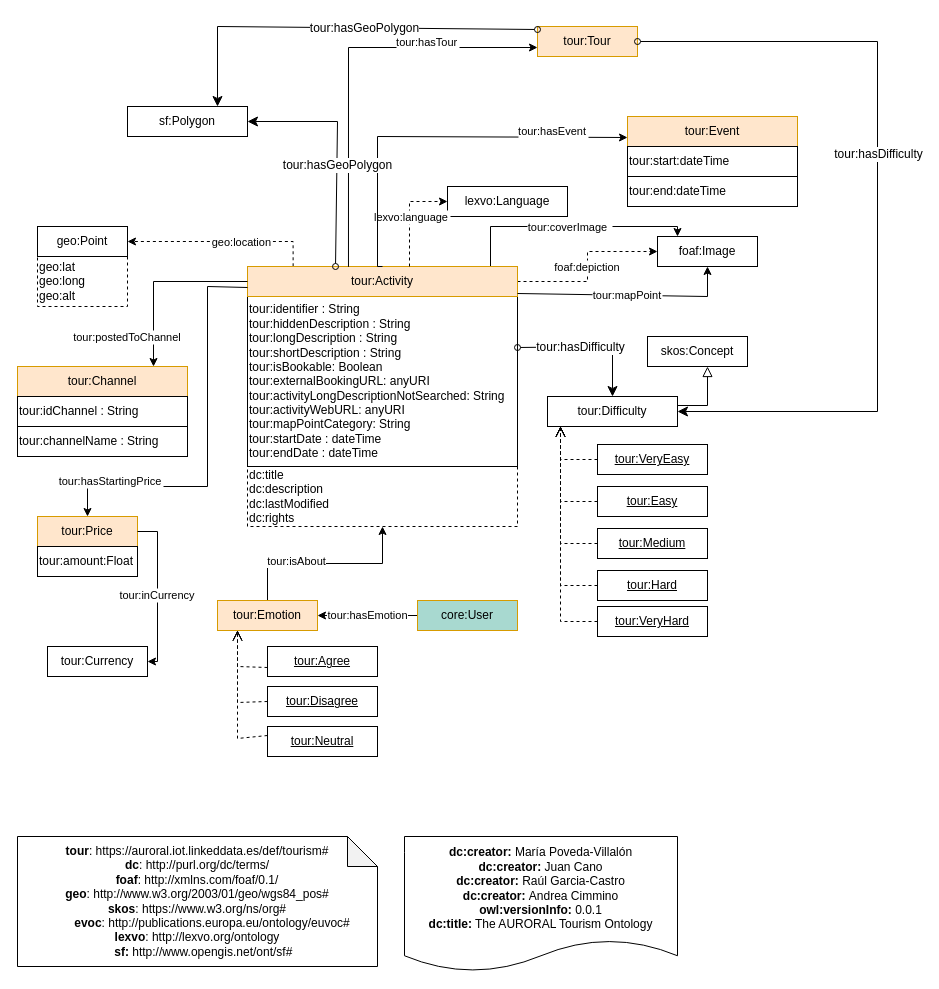
This is diagrams/tourism.drawio from oeg-upm/auroral-tourism-ontology, a draw.io file, before an edit. Source tidied: cells renumbered, new cells numbered last; positions are measured from the earlier drawing's top-left corner, leaving out a move shared by most shapes. Both pictures are drawn from the tidied source at 100%, with x=0, y=0 at pixel (17, 26).
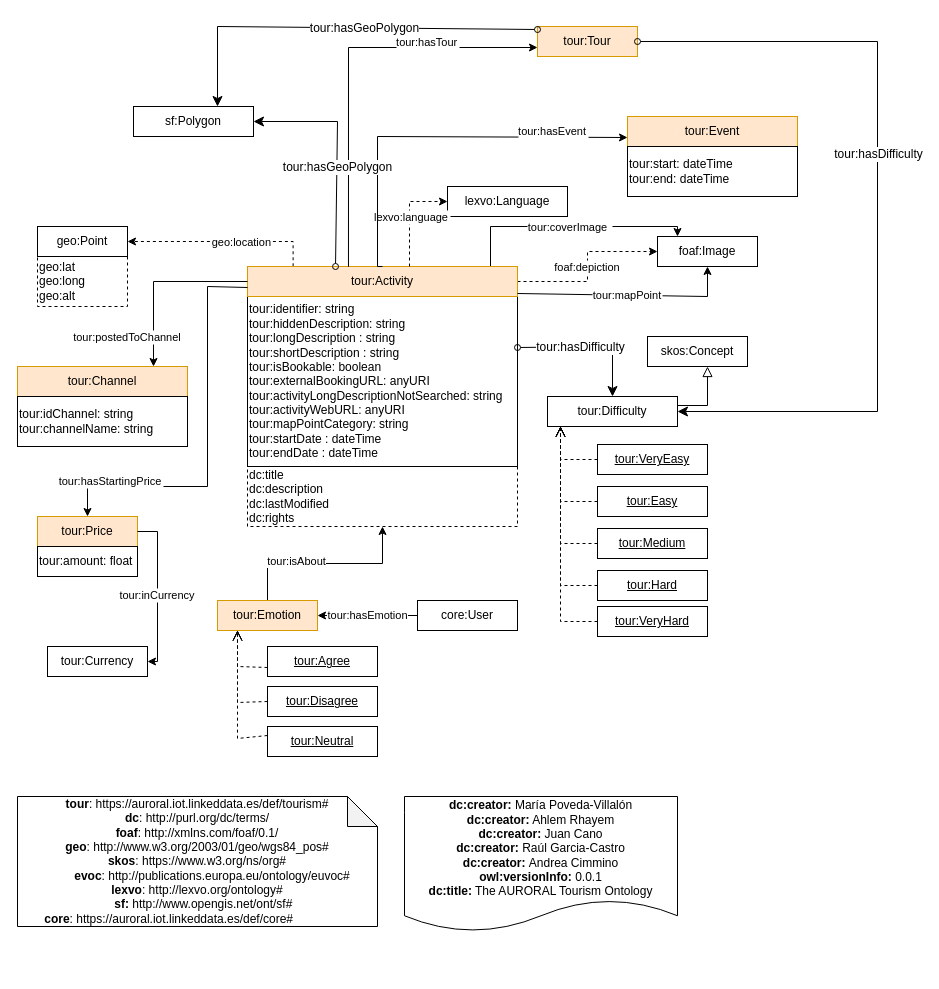
After the change.

The change refers to these unchanged cells:
```xml
<mxCell id="40" value="tour:Tour" style="rounded=0;whiteSpace=wrap;html=1;snapToPoint=1;points=[[0.1,0],[0.2,0],[0.3,0],[0.4,0],[0.5,0],[0.6,0],[0.7,0],[0.8,0],[0.9,0],[0,0.1],[0,0.3],[0,0.5],[0,0.7],[0,0.9],[0.1,1],[0.2,1],[0.3,1],[0.4,1],[0.5,1],[0.6,1],[0.7,1],[0.8,1],[0.9,1],[1,0.1],[1,0.3],[1,0.5],[1,0.7],[1,0.9]];fillColor=#ffe6cc;strokeColor=#d79b00;shadow=0;" parent="1" vertex="1">
  <mxGeometry x="520" width="100" height="30" as="geometry" />
</mxCell>
```

Change to the diagram source:
```diff
@@
-    <mxCell id="2" value="&lt;div&gt;&lt;b&gt;dc:creator:&lt;/b&gt;&amp;nbsp;María Poveda-Villalón&lt;/div&gt;&lt;div&gt;&lt;div&gt;&lt;b&gt;dc:creator:&lt;/b&gt;&amp;nbsp;Juan Cano&lt;/div&gt;&lt;/div&gt;&lt;div&gt;&lt;div&gt;&lt;b&gt;dc:creator:&lt;/b&gt;&amp;nbsp;Raúl Garcia-Castro&lt;/div&gt;&lt;/div&gt;&lt;div&gt;&lt;div&gt;&lt;b&gt;dc:creator:&lt;/b&gt;&amp;nbsp;Andrea Cimmino&lt;/div&gt;&lt;/div&gt;&lt;div&gt;&lt;b&gt;owl:versionInfo:&lt;/b&gt; 0.0.1&lt;/div&gt;&lt;div&gt;&lt;b&gt;dc:title:&lt;/b&gt; The AURORAL Tourism Ontology&lt;/div&gt;" style="shape=document;whiteSpace=wrap;html=1;boundedLbl=1;labelBackgroundColor=#ffffff;strokeColor=#000000;fontSize=12;fontColor=#000000;size=0.23333333333333334;" parent="1" vertex="1">
-      <mxGeometry x="387" y="810" width="273" height="135" as="geometry" />
+    <mxCell id="2" value="&lt;div&gt;&lt;b&gt;dc:creator:&lt;/b&gt;&amp;nbsp;María Poveda-Villalón&lt;/div&gt;&lt;div&gt;&lt;b&gt;dc:creator:&lt;/b&gt; Ahlem Rhayem&lt;/div&gt;&lt;div&gt;&lt;div&gt;&lt;b&gt;dc:creator:&lt;/b&gt;&amp;nbsp;Juan Cano&lt;/div&gt;&lt;/div&gt;&lt;div&gt;&lt;div&gt;&lt;b&gt;dc:creator:&lt;/b&gt;&amp;nbsp;Raúl Garcia-Castro&lt;/div&gt;&lt;/div&gt;&lt;div&gt;&lt;div&gt;&lt;b&gt;dc:creator:&lt;/b&gt;&amp;nbsp;Andrea Cimmino&lt;/div&gt;&lt;/div&gt;&lt;div&gt;&lt;b&gt;owl:versionInfo:&lt;/b&gt; 0.0.1&lt;/div&gt;&lt;div&gt;&lt;b&gt;dc:title:&lt;/b&gt; The AURORAL Tourism Ontology&lt;/div&gt;" style="shape=document;whiteSpace=wrap;html=1;boundedLbl=1;labelBackgroundColor=#ffffff;strokeColor=#000000;fontSize=12;fontColor=#000000;size=0.23333333333333334;" parent="1" vertex="1">
+      <mxGeometry x="387" y="770" width="273" height="135" as="geometry" />
     </mxCell>
-    <mxCell id="3" value="&lt;div&gt;&lt;b&gt;tour&lt;/b&gt;&lt;span&gt;:&amp;nbsp;https://auroral.iot.linkeddata.es/def/tourism#&lt;/span&gt;&lt;br&gt;&lt;/div&gt;&lt;div&gt;&lt;b&gt;dc&lt;/b&gt;: http://purl.org/dc/terms/&lt;br style=&quot;padding: 0px ; margin: 0px&quot;&gt;&lt;b&gt;foaf&lt;/b&gt;:&amp;nbsp;http://xmlns.com/foaf/0.1/&lt;br style=&quot;padding: 0px ; margin: 0px&quot;&gt;&lt;b&gt;geo&lt;/b&gt;: http://www.w3.org/2003/01/geo/wgs84_pos#&lt;br style=&quot;padding: 0px ; margin: 0px&quot;&gt;&lt;b&gt;skos&lt;/b&gt;:&amp;nbsp;https://www.w3.org/ns/org#&lt;/div&gt;&lt;div&gt;&lt;b&gt;&amp;nbsp; &amp;nbsp; &amp;nbsp; &amp;nbsp; &amp;nbsp;evoc&lt;/b&gt;: http://publications.europa.eu/ontology/euvoc#&lt;/div&gt;&lt;b&gt;lexvo&lt;/b&gt;:&amp;nbsp;http://lexvo.org/ontology&lt;br&gt;&lt;div style=&quot;text-align: left;&quot;&gt;&lt;b style=&quot;background-color: initial;&quot;&gt;&amp;nbsp; &amp;nbsp; &amp;nbsp; &amp;nbsp; &amp;nbsp; &amp;nbsp; &amp;nbsp; &amp;nbsp; &amp;nbsp; &amp;nbsp; &amp;nbsp;sf:&amp;nbsp;&lt;/b&gt;&lt;span style=&quot;background-color: initial;&quot;&gt;http://www.opengis.net/ont/sf#&lt;/span&gt;&lt;/div&gt;" style="shape=note;whiteSpace=wrap;html=1;backgroundOutline=1;darkOpacity=0.05;" parent="1" vertex="1">
-      <mxGeometry y="810" width="360" height="130" as="geometry" />
+    <mxCell id="3" value="&lt;div&gt;&lt;b&gt;tour&lt;/b&gt;&lt;span&gt;:&amp;nbsp;https://auroral.iot.linkeddata.es/def/tourism#&lt;/span&gt;&lt;br&gt;&lt;/div&gt;&lt;div&gt;&lt;b&gt;dc&lt;/b&gt;: http://purl.org/dc/terms/&lt;br style=&quot;padding: 0px ; margin: 0px&quot;&gt;&lt;b&gt;foaf&lt;/b&gt;:&amp;nbsp;http://xmlns.com/foaf/0.1/&lt;br style=&quot;padding: 0px ; margin: 0px&quot;&gt;&lt;b&gt;geo&lt;/b&gt;: http://www.w3.org/2003/01/geo/wgs84_pos#&lt;br style=&quot;padding: 0px ; margin: 0px&quot;&gt;&lt;b&gt;skos&lt;/b&gt;:&amp;nbsp;https://www.w3.org/ns/org#&lt;/div&gt;&lt;div&gt;&lt;b&gt;&amp;nbsp; &amp;nbsp; &amp;nbsp; &amp;nbsp; &amp;nbsp;evoc&lt;/b&gt;: http://publications.europa.eu/ontology/euvoc#&lt;/div&gt;&lt;b&gt;lexvo&lt;/b&gt;:&amp;nbsp;http://lexvo.org/ontology#&lt;br&gt;&lt;div style=&quot;text-align: left&quot;&gt;&lt;b&gt;&amp;nbsp; &amp;nbsp; &amp;nbsp; &amp;nbsp; &amp;nbsp; &amp;nbsp; &amp;nbsp; &amp;nbsp; &amp;nbsp; &amp;nbsp; &amp;nbsp;sf:&amp;nbsp;&lt;/b&gt;&lt;span&gt;http://www.opengis.net/ont/sf#&lt;/span&gt;&lt;/div&gt;&lt;div style=&quot;text-align: left&quot;&gt;&lt;span style=&quot;text-align: center&quot;&gt;&lt;b&gt;core&lt;/b&gt;:&amp;nbsp;https://auroral.iot.linkeddata.es/def/core#&lt;/span&gt;&lt;br style=&quot;padding: 0px ; margin: 0px ; text-align: center&quot;&gt;&lt;/div&gt;" style="shape=note;whiteSpace=wrap;html=1;backgroundOutline=1;darkOpacity=0.05;" parent="1" vertex="1">
+      <mxGeometry y="770" width="360" height="130" as="geometry" />
     </mxCell>
@@
-    <mxCell id="14" value="tour:identifier : String&lt;br&gt;tour:hiddenDescription : String&lt;br&gt;tour:longDescription : String&lt;br&gt;tour:shortDescription : String&lt;br&gt;tour:isBookable: Boolean&lt;br&gt;tour:externalBookingURL: anyURI&lt;br&gt;tour:activityLongDescriptionNotSearched: String&lt;br&gt;tour:activityWebURL: anyURI&lt;br&gt;tour:mapPointCategory: String&lt;br&gt;tour:startDate : dateTime&lt;br&gt;tour:endDate : dateTime" style="rounded=0;whiteSpace=wrap;html=1;snapToPoint=1;points=[[0.1,0],[0.2,0],[0.3,0],[0.4,0],[0.5,0],[0.6,0],[0.7,0],[0.8,0],[0.9,0],[0,0.1],[0,0.3],[0,0.5],[0,0.7],[0,0.9],[0.1,1],[0.2,1],[0.3,1],[0.4,1],[0.5,1],[0.6,1],[0.7,1],[0.8,1],[0.9,1],[1,0.1],[1,0.3],[1,0.5],[1,0.7],[1,0.9]];align=left;" parent="1" vertex="1">
+    <mxCell id="14" value="tour:identifier: string&lt;br&gt;tour:hiddenDescription: string&lt;br&gt;tour:longDescription : string&lt;br&gt;tour:shortDescription : string&lt;br&gt;tour:isBookable: boolean&lt;br&gt;tour:externalBookingURL: anyURI&lt;br&gt;tour:activityLongDescriptionNotSearched: string&lt;br&gt;tour:activityWebURL: anyURI&lt;br&gt;tour:mapPointCategory: string&lt;br&gt;tour:startDate : dateTime&lt;br&gt;tour:endDate : dateTime" style="rounded=0;whiteSpace=wrap;html=1;snapToPoint=1;points=[[0.1,0],[0.2,0],[0.3,0],[0.4,0],[0.5,0],[0.6,0],[0.7,0],[0.8,0],[0.9,0],[0,0.1],[0,0.3],[0,0.5],[0,0.7],[0,0.9],[0.1,1],[0.2,1],[0.3,1],[0.4,1],[0.5,1],[0.6,1],[0.7,1],[0.8,1],[0.9,1],[1,0.1],[1,0.3],[1,0.5],[1,0.7],[1,0.9]];align=left;" parent="1" vertex="1">
       <mxGeometry x="230" y="270" width="270" height="170" as="geometry" />
     </mxCell>
@@
-    <mxCell id="18" value="tour:idChannel : String" style="rounded=0;whiteSpace=wrap;html=1;align=left;" parent="1" vertex="1">
-      <mxGeometry y="370" width="170" height="30" as="geometry" />
+    <mxCell id="18" value="tour:idChannel: string&lt;br&gt;tour:channelName: string" style="rounded=0;whiteSpace=wrap;html=1;align=left;" parent="1" vertex="1">
+      <mxGeometry y="370" width="170" height="50" as="geometry" />
     </mxCell>
@@
-    <mxCell id="23" value="tour:amount:Float" style="rounded=0;whiteSpace=wrap;html=1;align=left;" parent="1" vertex="1">
+    <mxCell id="23" value="tour:amount: float" style="rounded=0;whiteSpace=wrap;html=1;align=left;" parent="1" vertex="1">
       <mxGeometry x="20" y="520" width="100" height="30" as="geometry" />
     </mxCell>
@@
-    <mxCell id="37" value="tour:channelName : String" style="rounded=0;whiteSpace=wrap;html=1;align=left;" parent="1" vertex="1">
-      <mxGeometry y="400" width="170" height="30" as="geometry" />
-    </mxCell>
     <mxCell id="38" value="sf:Polygon" style="rounded=0;whiteSpace=wrap;html=1;snapToPoint=1;points=[[0.1,0],[0.2,0],[0.3,0],[0.4,0],[0.5,0],[0.6,0],[0.7,0],[0.8,0],[0.9,0],[0,0.1],[0,0.3],[0,0.5],[0,0.7],[0,0.9],[0.1,1],[0.2,1],[0.3,1],[0.4,1],[0.5,1],[0.6,1],[0.7,1],[0.8,1],[0.9,1],[1,0.1],[1,0.3],[1,0.5],[1,0.7],[1,0.9]];" parent="1" vertex="1">
-      <mxGeometry x="110" y="80" width="120" height="30" as="geometry" />
+      <mxGeometry x="116" y="80" width="120" height="30" as="geometry" />
     </mxCell>
@@
-    <mxCell id="43" value="tour:start:dateTime" style="rounded=0;whiteSpace=wrap;html=1;align=left;" parent="1" vertex="1">
-      <mxGeometry x="610" y="120" width="170" height="30" as="geometry" />
+    <mxCell id="43" value="tour:start: dateTime&lt;br&gt;tour:end: dateTime" style="rounded=0;whiteSpace=wrap;html=1;align=left;" parent="1" vertex="1">
+      <mxGeometry x="610" y="120" width="170" height="50" as="geometry" />
     </mxCell>
-    <mxCell id="44" value="tour:end:dateTime" style="rounded=0;whiteSpace=wrap;html=1;align=left;" parent="1" vertex="1">
-      <mxGeometry x="610" y="150" width="170" height="30" as="geometry" />
-    </mxCell>
@@
-    <mxCell id="49" style="endArrow=classic;html=1;endSize=8;startArrow=oval;startFill=0;arcSize=0;rounded=0;exitX=0;exitY=0.1;exitDx=0;exitDy=0;" parent="1" edge="1" source="40">
+    <mxCell id="49" style="endArrow=classic;html=1;endSize=8;startArrow=oval;startFill=0;arcSize=0;rounded=0;exitX=0;exitY=0.1;exitDx=0;exitDy=0;entryX=0.7;entryY=0;entryDx=0;entryDy=0;" parent="1" edge="1" source="40" target="38">
       <mxGeometry relative="1" as="geometry">
-        <mxPoint x="200" y="80" as="targetPoint" />
         <Array as="points">
           <mxPoint x="200" />
         </Array>
       </mxGeometry>
     </mxCell>
@@
-    <mxCell id="57" value="core:User" style="rounded=0;whiteSpace=wrap;html=1;snapToPoint=1;points=[[0.1,0],[0.2,0],[0.3,0],[0.4,0],[0.5,0],[0.6,0],[0.7,0],[0.8,0],[0.9,0],[0,0.1],[0,0.3],[0,0.5],[0,0.7],[0,0.9],[0.1,1],[0.2,1],[0.3,1],[0.4,1],[0.5,1],[0.6,1],[0.7,1],[0.8,1],[0.9,1],[1,0.1],[1,0.3],[1,0.5],[1,0.7],[1,0.9]];fillColor=#A8D9D0;strokeColor=#d79b00;shadow=0;" parent="1" vertex="1">
+    <mxCell id="57" value="core:User" style="rounded=0;whiteSpace=wrap;html=1;snapToPoint=1;points=[[0.1,0],[0.2,0],[0.3,0],[0.4,0],[0.5,0],[0.6,0],[0.7,0],[0.8,0],[0.9,0],[0,0.1],[0,0.3],[0,0.5],[0,0.7],[0,0.9],[0.1,1],[0.2,1],[0.3,1],[0.4,1],[0.5,1],[0.6,1],[0.7,1],[0.8,1],[0.9,1],[1,0.1],[1,0.3],[1,0.5],[1,0.7],[1,0.9]];fillColor=#FFFFFF;strokeColor=#000000;shadow=0;" parent="1" vertex="1">
       <mxGeometry x="400" y="574" width="100" height="30" as="geometry" />
     </mxCell>
```
